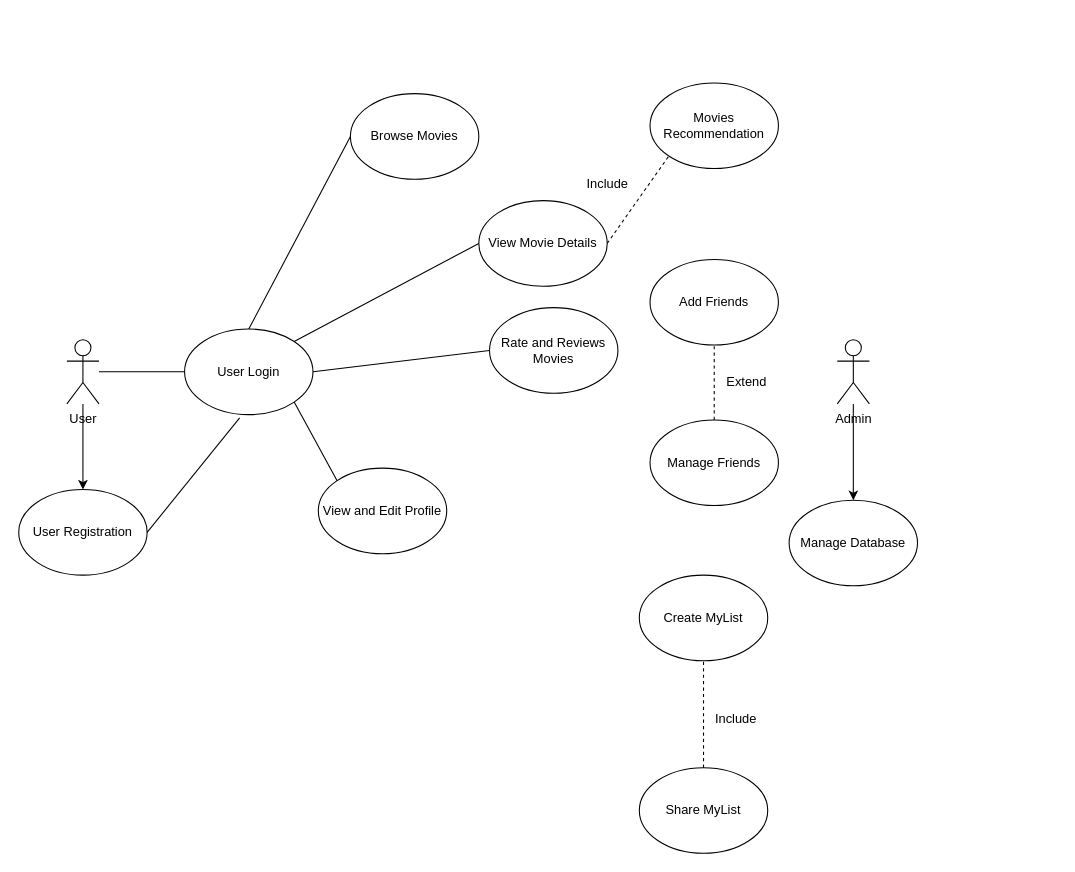
Above: MovieList UCD.drawio in randyisalive/MovieList-FinalProject (draw.io), before the change. Source tidied: cells renumbered, new cells numbered last; positions are measured from the earlier drawing's top-left corner, leaving out a move shared by most shapes. Both pictures are drawn from the tidied source at 107%, with x=0, y=0 at pixel (18, 82).
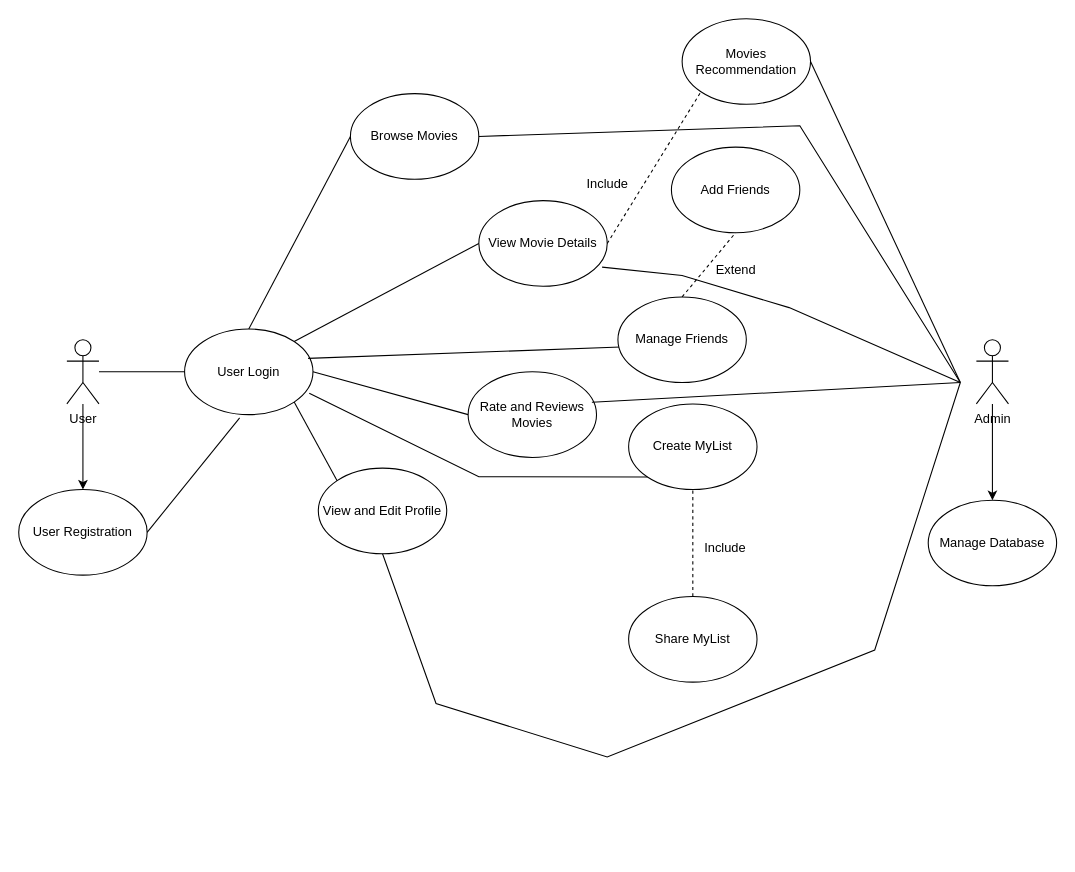
The same diagram, later.

Unchanged cells that the change refers to:
```xml
<mxCell id="4" value="User Login" style="ellipse;whiteSpace=wrap;html=1;" parent="1" vertex="1">
  <mxGeometry x="155" y="230" width="120" height="80" as="geometry" />
</mxCell>
<mxCell id="6" value="Browse Movies" style="ellipse;whiteSpace=wrap;html=1;" parent="1" vertex="1">
  <mxGeometry x="310" y="10" width="120" height="80" as="geometry" />
</mxCell>
<mxCell id="7" value="View Movie Details" style="ellipse;whiteSpace=wrap;html=1;" parent="1" vertex="1">
  <mxGeometry x="430" y="110" width="120" height="80" as="geometry" />
</mxCell>
<mxCell id="13" value="View and Edit Profile" style="ellipse;whiteSpace=wrap;html=1;" parent="1" vertex="1">
  <mxGeometry x="280" y="360" width="120" height="80" as="geometry" />
</mxCell>
<mxCell id="18" value="Create MyList" style="ellipse;whiteSpace=wrap;html=1;" parent="17" vertex="1">
  <mxGeometry width="120" height="80" as="geometry" />
</mxCell>
```

Diff of the diagram source:
```diff
@@
     <mxCell id="8" value="Rate and Reviews Movies" style="ellipse;whiteSpace=wrap;html=1;" parent="1" vertex="1">
-      <mxGeometry x="440" y="210" width="120" height="80" as="geometry" />
+      <mxGeometry x="420" y="270" width="120" height="80" as="geometry" />
     </mxCell>
     <mxCell id="9" value="Movies Recommendation" style="ellipse;whiteSpace=wrap;html=1;" parent="1" vertex="1">
-      <mxGeometry x="590" width="120" height="80" as="geometry" />
+      <mxGeometry x="620" y="-60" width="120" height="80" as="geometry" />
     </mxCell>
-    <mxCell id="10" value="Manage Database" style="ellipse;whiteSpace=wrap;html=1;" parent="1" vertex="1">
-      <mxGeometry x="720" y="390" width="120" height="80" as="geometry" />
-    </mxCell>
-    <mxCell id="11" style="edgeStyle=orthogonalEdgeStyle;rounded=0;jettySize=auto;html=1;" parent="1" edge="1" source="12" target="10">
-      <mxGeometry relative="1" as="geometry" />
-    </mxCell>
-    <mxCell id="12" value="Admin" style="shape=umlActor;verticalLabelPosition=bottom;verticalAlign=top;html=1;outlineConnect=0;" parent="1" vertex="1">
-      <mxGeometry x="765" y="240" width="30" height="60" as="geometry" />
-    </mxCell>
@@
-    <mxCell id="14" value="Add Friends" style="ellipse;whiteSpace=wrap;html=1;" parent="1" vertex="1">
-      <mxGeometry x="590" y="165" width="120" height="80" as="geometry" />
-    </mxCell>
@@
     <mxCell id="17" style="group;" parent="1" vertex="1">
-      <mxGeometry x="580" y="460" width="120" height="260" as="geometry" />
+      <mxGeometry x="570" y="300" width="120" height="260" as="geometry" />
     </mxCell>
@@
-    <mxCell id="24" value="Manage Friends" style="ellipse;whiteSpace=wrap;html=1;" parent="1" vertex="1">
-      <mxGeometry x="590" y="315" width="120" height="80" as="geometry" />
-    </mxCell>
-    <mxCell id="25" style="endArrow=none;dashed=1;html=1;rounded=0;entryX=0.5;entryY=1;entryDx=0;entryDy=0;exitX=0.5;exitY=0;exitDx=0;exitDy=0;" parent="1" edge="1" source="24" target="14">
-      <mxGeometry relative="1" as="geometry" />
-    </mxCell>
-    <mxCell id="26" value="Extend" style="text;html=1;align=center;verticalAlign=middle;strokeColor=none;fillColor=none;" parent="1" vertex="1">
-      <mxGeometry x="650" y="265" width="60" height="30" as="geometry" />
-    </mxCell>
@@
+    <mxCell id="31" style="endArrow=none;html=1;rounded=0;entryX=0.021;entryY=0.586;entryDx=0;entryDy=0;entryPerimeter=0;exitX=0.962;exitY=0.343;exitDx=0;exitDy=0;exitPerimeter=0;" parent="1" edge="1" source="4" target="24">
+      <mxGeometry relative="1" as="geometry" />
+    </mxCell>
+    <mxCell id="14" value="Add Friends" style="ellipse;whiteSpace=wrap;html=1;" parent="1" vertex="1">
+      <mxGeometry x="610" y="60" width="120" height="80" as="geometry" />
+    </mxCell>
+    <mxCell id="24" value="Manage Friends" style="ellipse;whiteSpace=wrap;html=1;" parent="1" vertex="1">
+      <mxGeometry x="560" y="200" width="120" height="80" as="geometry" />
+    </mxCell>
+    <mxCell id="25" style="endArrow=none;dashed=1;html=1;rounded=0;entryX=0.5;entryY=1;entryDx=0;entryDy=0;exitX=0.5;exitY=0;exitDx=0;exitDy=0;" parent="1" edge="1" source="24" target="14">
+      <mxGeometry relative="1" as="geometry" />
+    </mxCell>
+    <mxCell id="26" value="Extend" style="text;html=1;align=center;verticalAlign=middle;strokeColor=none;fillColor=none;" parent="1" vertex="1">
+      <mxGeometry x="640" y="160" width="60" height="30" as="geometry" />
+    </mxCell>
+    <mxCell id="32" style="group;" parent="1" vertex="1">
+      <mxGeometry x="850" y="240" width="120" height="230" as="geometry" />
+    </mxCell>
+    <mxCell id="10" value="Manage Database" style="ellipse;whiteSpace=wrap;html=1;" parent="32" vertex="1">
+      <mxGeometry y="150" width="120" height="80" as="geometry" />
+    </mxCell>
+    <mxCell id="11" style="edgeStyle=orthogonalEdgeStyle;rounded=0;jettySize=auto;html=1;" parent="32" edge="1" source="12" target="10">
+      <mxGeometry relative="1" as="geometry" />
+    </mxCell>
+    <mxCell id="12" value="Admin" style="shape=umlActor;verticalLabelPosition=bottom;verticalAlign=top;html=1;outlineConnect=0;" parent="32" vertex="1">
+      <mxGeometry x="45" width="30" height="60" as="geometry" />
+    </mxCell>
+    <mxCell id="33" style="endArrow=none;html=1;rounded=0;entryX=0;entryY=1;entryDx=0;entryDy=0;exitX=0.971;exitY=0.751;exitDx=0;exitDy=0;exitPerimeter=0;" parent="1" edge="1" source="4" target="18">
+      <mxGeometry relative="1" as="geometry">
+        <Array as="points">
+          <mxPoint x="430" y="368" />
+        </Array>
+      </mxGeometry>
+    </mxCell>
+    <mxCell id="34" style="endArrow=none;html=1;rounded=0;exitX=1;exitY=0.5;exitDx=0;exitDy=0;" parent="1" edge="1" source="9">
+      <mxGeometry relative="1" as="geometry">
+        <mxPoint x="880" y="280" as="targetPoint" />
+      </mxGeometry>
+    </mxCell>
+    <mxCell id="35" style="endArrow=none;html=1;rounded=0;exitX=0.964;exitY=0.356;exitDx=0;exitDy=0;exitPerimeter=0;" parent="1" edge="1" source="8">
+      <mxGeometry relative="1" as="geometry">
+        <mxPoint x="880" y="280" as="targetPoint" />
+      </mxGeometry>
+    </mxCell>
+    <mxCell id="36" style="endArrow=none;html=1;rounded=0;exitX=0.96;exitY=0.777;exitDx=0;exitDy=0;exitPerimeter=0;" parent="1" edge="1" source="7">
+      <mxGeometry relative="1" as="geometry">
+        <mxPoint x="880" y="280" as="targetPoint" />
+        <Array as="points">
+          <mxPoint x="620" y="180" />
+          <mxPoint x="720" y="210" />
+        </Array>
+      </mxGeometry>
+    </mxCell>
+    <mxCell id="37" style="endArrow=none;html=1;rounded=0;exitX=0.5;exitY=1;exitDx=0;exitDy=0;" parent="1" edge="1" source="13">
+      <mxGeometry relative="1" as="geometry">
+        <mxPoint x="880" y="280" as="targetPoint" />
+        <Array as="points">
+          <mxPoint x="390" y="580" />
+          <mxPoint x="550" y="630" />
+          <mxPoint x="800" y="530" />
+        </Array>
+      </mxGeometry>
+    </mxCell>
+    <mxCell id="38" style="endArrow=none;html=1;rounded=0;entryX=1;entryY=0.5;entryDx=0;entryDy=0;" parent="1" edge="1" target="6">
+      <mxGeometry relative="1" as="geometry">
+        <mxPoint x="880" y="280" as="sourcePoint" />
+        <Array as="points">
+          <mxPoint x="730" y="40" />
+        </Array>
+      </mxGeometry>
+    </mxCell>
```
